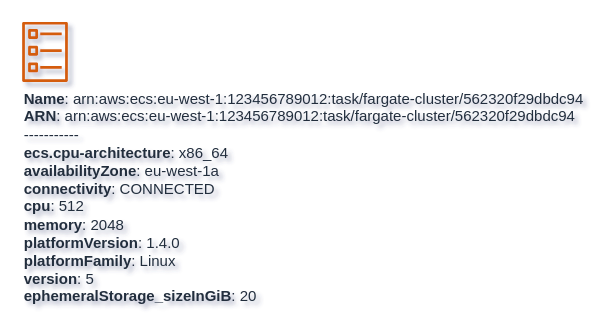
tsypuk/multicloud-diagrams keeps this draw.io diagram as docs/docs/aws-components/output/drawio/ecs_task.drawio. Above is the earlier version. Source tidied: cells renumbered, new cells numbered last; positions are measured from the earlier drawing's top-left corner, leaving out a move shared by most shapes. Both pictures are drawn from the tidied source at 125%, with x=0, y=0 at pixel (21, 21).
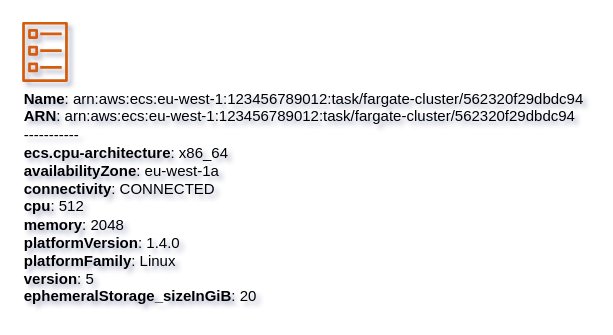
After the change.

Diff of the diagram source:
```diff
@@
 <mxGraphModel shadow="1">
   <root>
     <mxCell id="0" />
     <mxCell id="1" parent="0" />
-    <mxCell id="2" value="&lt;b&gt;Name&lt;/b&gt;: arn:aws:ecs:eu-west-1:123456789012:task/fargate-cluster/562320f29dbdc94&lt;BR&gt;&lt;b&gt;ARN&lt;/b&gt;: arn:aws:ecs:eu-west-1:123456789012:task/fargate-cluster/562320f29dbdc94&lt;BR&gt;-----------&lt;BR&gt;&lt;b&gt;ecs.cpu-architecture&lt;/b&gt;: x86_64&lt;BR&gt;&lt;b&gt;availabilityZone&lt;/b&gt;: eu-west-1a&lt;BR&gt;&lt;b&gt;connectivity&lt;/b&gt;: CONNECTED&lt;BR&gt;&lt;b&gt;cpu&lt;/b&gt;: 512&lt;BR&gt;&lt;b&gt;memory&lt;/b&gt;: 2048&lt;BR&gt;&lt;b&gt;platformVersion&lt;/b&gt;: 1.4.0&lt;BR&gt;&lt;b&gt;platformFamily&lt;/b&gt;: Linux&lt;BR&gt;&lt;b&gt;version&lt;/b&gt;: 5&lt;BR&gt;&lt;b&gt;ephemeralStorage_sizeInGiB&lt;/b&gt;: 20" style="sketch=0;fontColor=#232F3E;gradientColor=none;fillColor=#D45B07;strokeColor=none;dashed=0;verticalLabelPosition=bottom;verticalAlign=top;align=left;html=1;fontSize=12;fontStyle=0;shape=mxgraph.aws4.ecs_task;" parent="1" vertex="1">
+    <mxCell id="2" value="&lt;b&gt;Name&lt;/b&gt;: arn:aws:ecs:eu-west-1:123456789012:task/fargate-cluster/562320f29dbdc94&lt;BR&gt;&lt;b&gt;ARN&lt;/b&gt;: arn:aws:ecs:eu-west-1:123456789012:task/fargate-cluster/562320f29dbdc94&lt;BR&gt;-----------&lt;BR&gt;&lt;b&gt;ecs.cpu-architecture&lt;/b&gt;: x86_64&lt;BR&gt;&lt;b&gt;availabilityZone&lt;/b&gt;: eu-west-1a&lt;BR&gt;&lt;b&gt;connectivity&lt;/b&gt;: CONNECTED&lt;BR&gt;&lt;b&gt;cpu&lt;/b&gt;: 512&lt;BR&gt;&lt;b&gt;memory&lt;/b&gt;: 2048&lt;BR&gt;&lt;b&gt;platformVersion&lt;/b&gt;: 1.4.0&lt;BR&gt;&lt;b&gt;platformFamily&lt;/b&gt;: Linux&lt;BR&gt;&lt;b&gt;version&lt;/b&gt;: 5&lt;BR&gt;&lt;b&gt;ephemeralStorage_sizeInGiB&lt;/b&gt;: 20" style="sketch=0;gradientColor=none;fillColor=#D45B07;strokeColor=none;dashed=0;verticalLabelPosition=bottom;verticalAlign=top;align=left;html=1;fontSize=12;fontStyle=0;shape=mxgraph.aws4.ecs_task;" parent="1" vertex="1">
       <mxGeometry width="37" height="48" as="geometry" />
     </mxCell>
   </root>
 </mxGraphModel>
```
